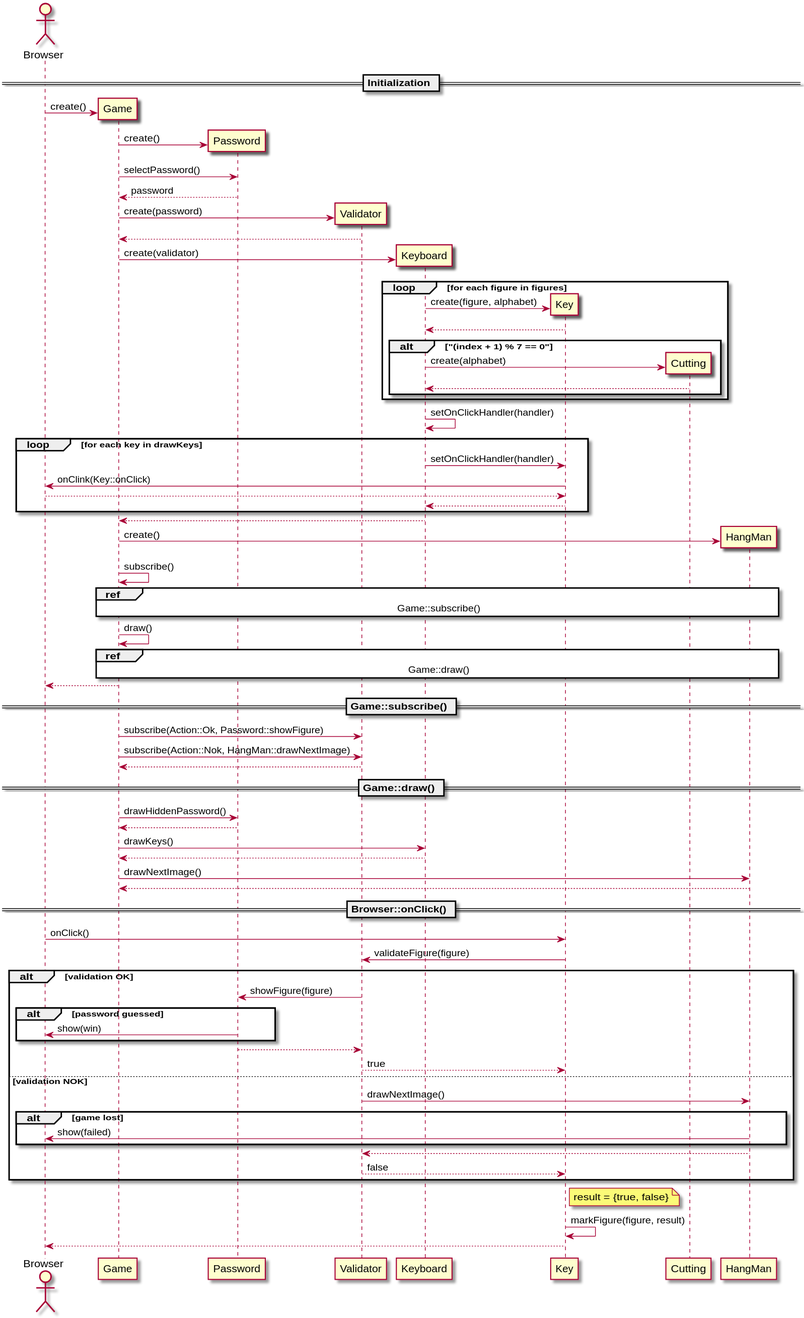
The PlantUML diagram doc/sequence_diagram.svg in JeraldStarr/Hang-Man, before a commit. Its source is kept beside it as doc/sequence_diagram.plantuml.
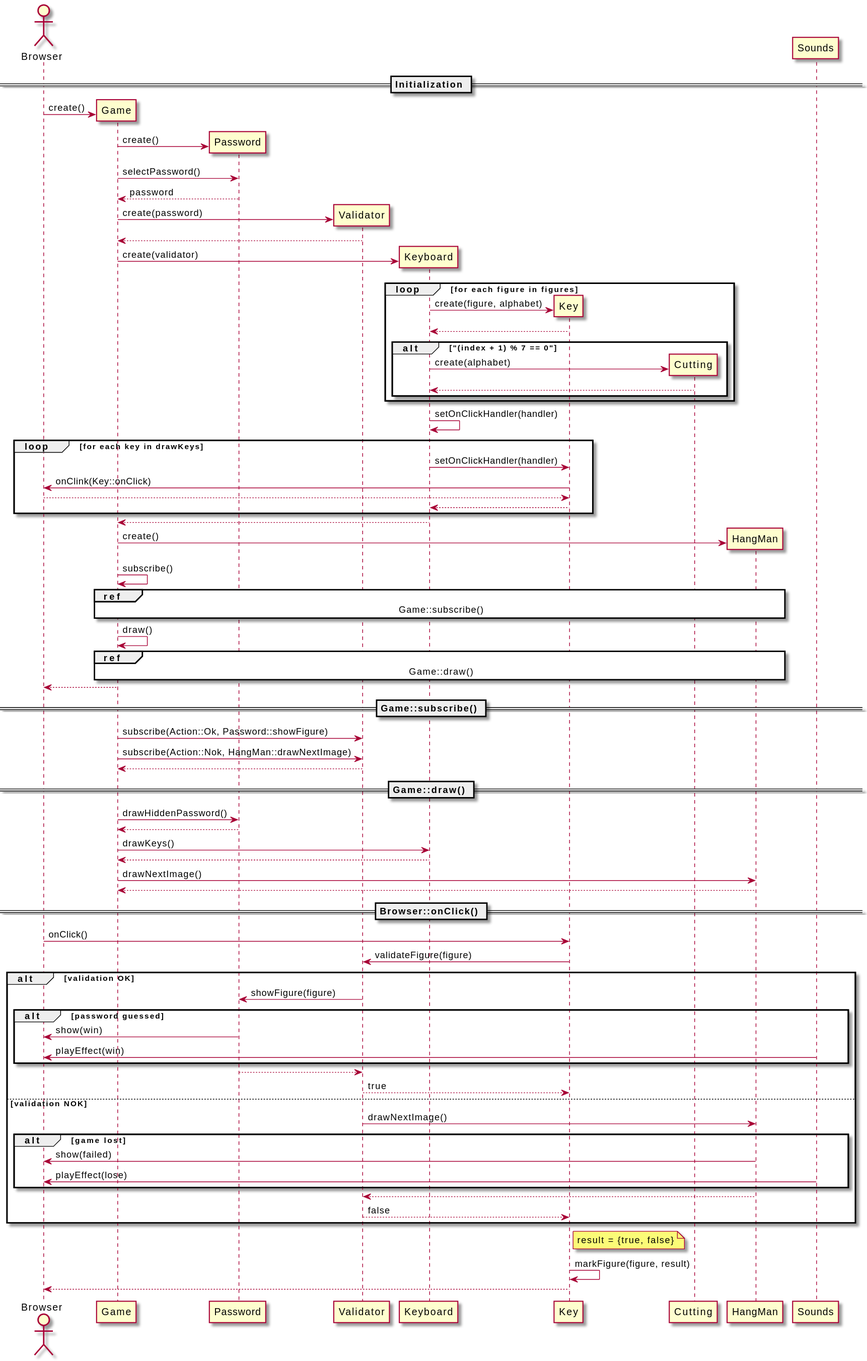
After the commit.

Commit message:
Modified documentation after added Sounds classes

The edit, as a diff of the source:
```diff
@@ -74,6 +74,7 @@
     Validator -> Password: showFigure(figure)
     alt password guessed
         Password -> Browser: show(win)
+        Sounds -> Browser: playEffect(win)
     end
     Validator <-- Password
     Key <-- Validator: true
@@ -81,6 +82,7 @@
     Validator -> HangMan: drawNextImage()
     alt game lost
         HangMan -> Browser: show(failed)
+        Sounds -> Browser: playEffect(lose)
     end
     Validator <-- HangMan
     Key <-- Validator: false
```
